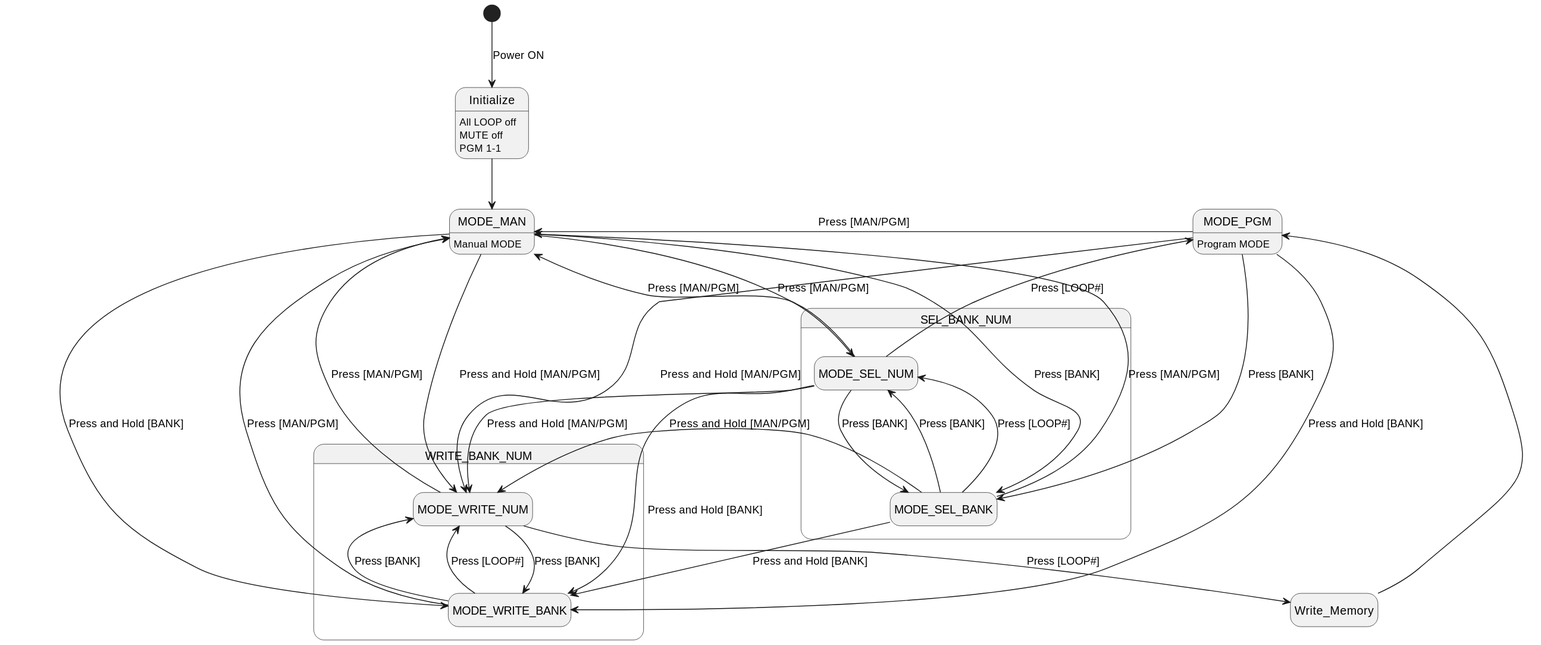
Earlier version of the PlantUML export src/Documents/UML/ui.svg (JJ1LFO/NoasArk_PTBS-1_Mod).
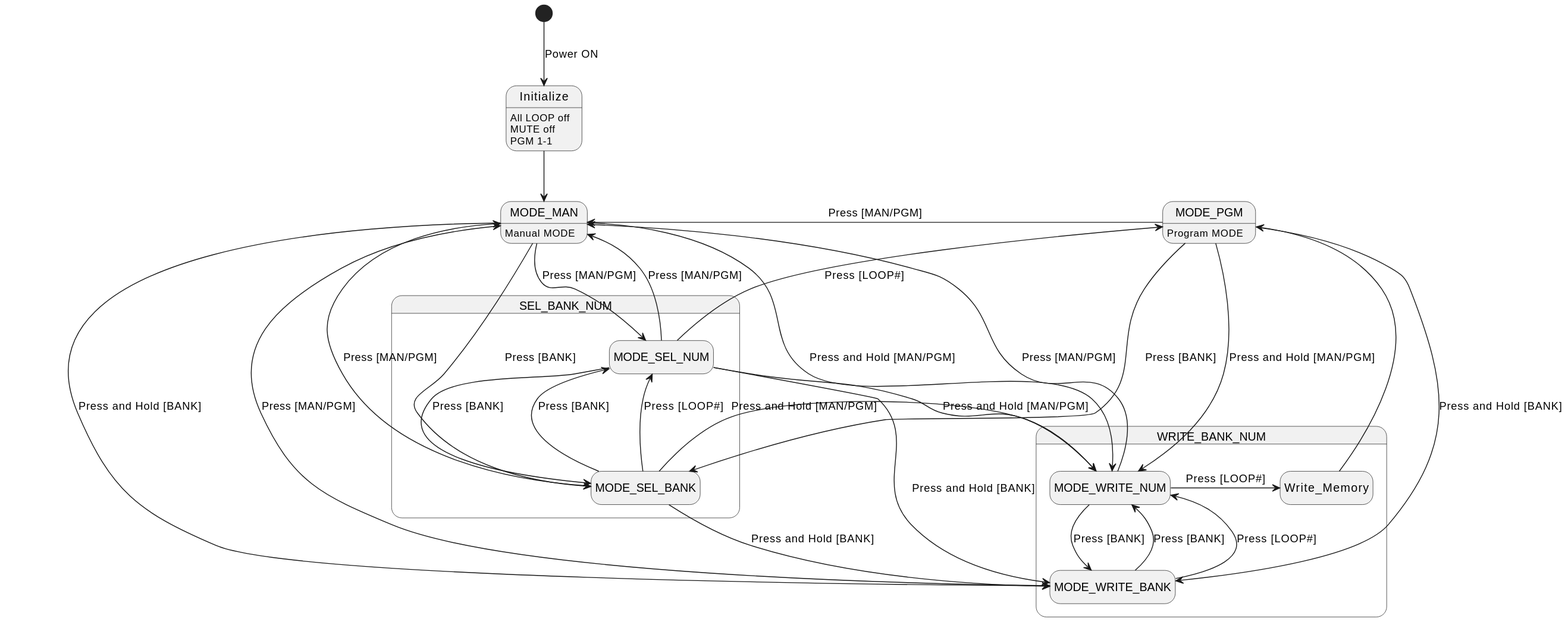
The same file after the commit.

The edit, as a diff of the source:
```diff
@@ -45,13 +45,13 @@
 state WRITE_BANK_NUM {
 	state MODE_WRITE_NUM
 	state MODE_WRITE_BANK
+	MODE_WRITE_NUM -> Write_Memory		: Press [LOOP#]
 }
 
 MODE_WRITE_NUM --> MODE_WRITE_BANK	: Press [BANK]
 
 MODE_WRITE_NUM -up-> MODE_MAN		: Press [MAN/PGM]
 
-MODE_WRITE_NUM --> Write_Memory		: Press [LOOP#]
 Write_Memory -up-> MODE_PGM
 
 MODE_WRITE_BANK --> MODE_WRITE_NUM	: Press [LOOP#]
```
